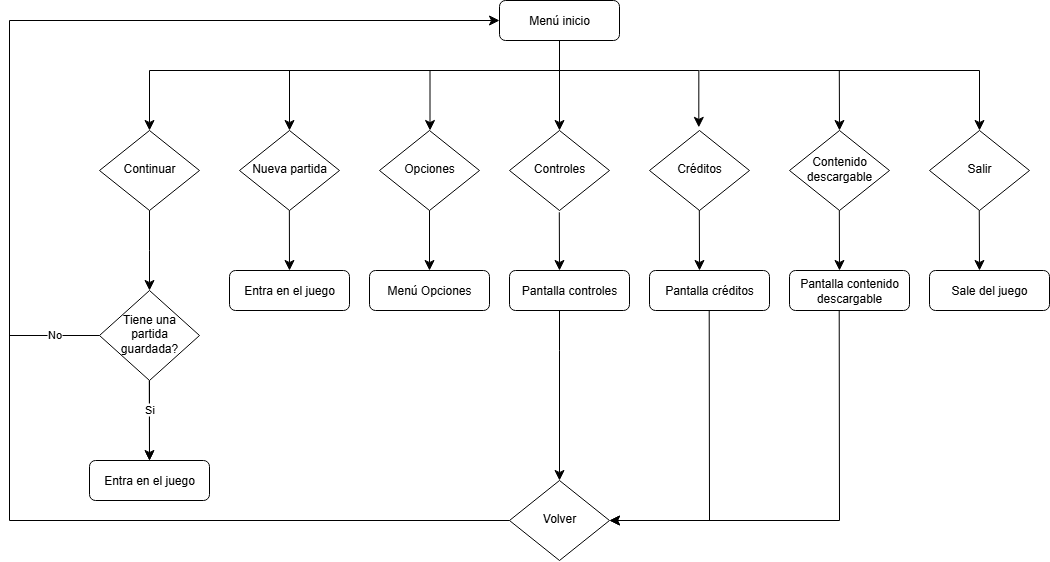
Earlier version of the draw.io export Imagenes_README/DiagramaflujoMenuPrincipal.drawio.png (TheBigBoneTeam/Proyecto_Coyote). Source tidied: cells renumbered, new cells last; positions are measured from the earlier drawing's top-left corner, leaving out a move shared by most shapes.
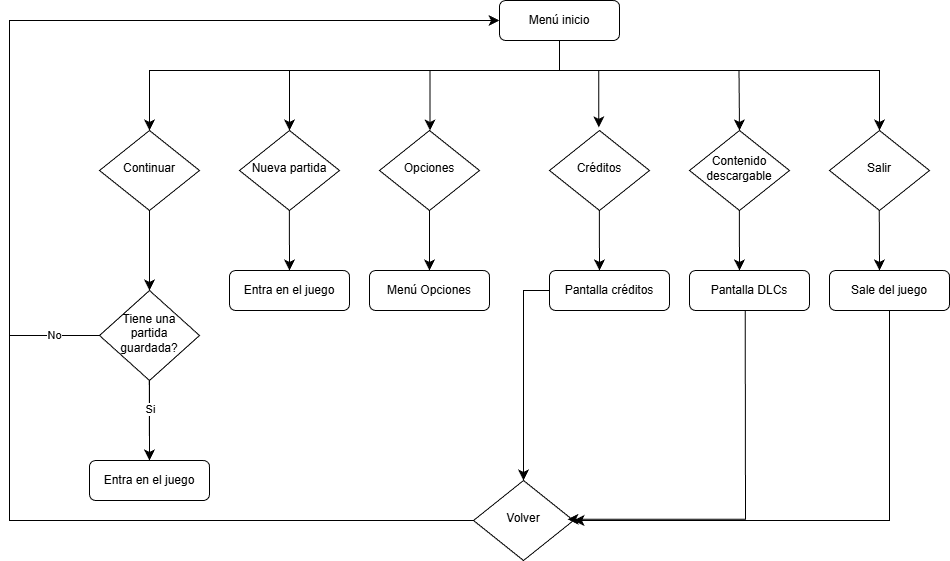
Later version of the same file.

The edit, as a diff of the source:
```diff
@@ -8,9 +8,6 @@
     <mxCell id="3" value="Entra en el juego" style="rounded=1;whiteSpace=wrap;html=1;fontSize=12;glass=0;strokeWidth=1;shadow=0;" parent="1" vertex="1">
       <mxGeometry x="80" y="460" width="120" height="40" as="geometry" />
     </mxCell>
-    <mxCell id="4" value="Controles" style="rhombus;whiteSpace=wrap;html=1;shadow=0;fontFamily=Helvetica;fontSize=12;align=center;strokeWidth=1;spacing=6;spacingTop=-4;" parent="1" vertex="1">
-      <mxGeometry x="500" y="130" width="100" height="80" as="geometry" />
-    </mxCell>
     <mxCell id="5" value="Menú Opciones" style="rounded=1;whiteSpace=wrap;html=1;fontSize=12;glass=0;strokeWidth=1;shadow=0;" parent="1" vertex="1">
       <mxGeometry x="360" y="270" width="120" height="40" as="geometry" />
     </mxCell>
@@ -24,28 +21,9 @@
         </Array>
       </mxGeometry>
     </mxCell>
-    <mxCell id="7" style="edgeStyle=segmentEdgeStyle;endArrow=classic;html=1;curved=0;rounded=0;endSize=8;startSize=8;entryX=0.5;entryY=0;entryDx=0;entryDy=0;exitX=0.5;exitY=1;exitDx=0;exitDy=0;" parent="1" edge="1" source="8" target="4">
-      <mxGeometry relative="1" as="geometry">
-        <Array as="points">
-          <mxPoint x="550" y="50" />
-          <mxPoint x="550" y="50" />
-        </Array>
-      </mxGeometry>
-    </mxCell>
     <mxCell id="8" value="Menú inicio" style="rounded=1;whiteSpace=wrap;html=1;fontSize=12;glass=0;strokeWidth=1;shadow=0;" parent="1" vertex="1">
       <mxGeometry x="490" width="120" height="40" as="geometry" />
     </mxCell>
-    <mxCell id="9" value="Pantalla controles" style="rounded=1;whiteSpace=wrap;html=1;fontSize=12;glass=0;strokeWidth=1;shadow=0;" parent="1" vertex="1">
-      <mxGeometry x="500" y="270" width="120" height="40" as="geometry" />
-    </mxCell>
-    <mxCell id="10" style="edgeStyle=elbowEdgeStyle;elbow=horizontal;endArrow=classic;html=1;curved=0;rounded=0;endSize=8;startSize=8;exitX=0.498;exitY=1.022;exitDx=0;exitDy=0;exitPerimeter=0;" parent="1" edge="1" source="4">
-      <mxGeometry relative="1" as="geometry">
-        <mxPoint x="550" y="270" as="targetPoint" />
-        <Array as="points">
-          <mxPoint x="550" y="240" />
-        </Array>
-      </mxGeometry>
-    </mxCell>
     <mxCell id="11" style="edgeStyle=elbowEdgeStyle;elbow=horizontal;endArrow=classic;html=1;curved=0;rounded=0;endSize=8;startSize=8;exitX=0.5;exitY=1;exitDx=0;exitDy=0;" parent="1" edge="1" source="2" target="37">
       <mxGeometry relative="1" as="geometry" />
     </mxCell>
@@ -68,64 +46,56 @@
       </mxGeometry>
     </mxCell>
     <mxCell id="15" value="Contenido descargable" style="rhombus;whiteSpace=wrap;html=1;shadow=0;fontFamily=Helvetica;fontSize=12;align=center;strokeWidth=1;spacing=6;spacingTop=-4;" parent="1" vertex="1">
-      <mxGeometry x="780" y="130" width="100" height="80" as="geometry" />
+      <mxGeometry x="680" y="130" width="100" height="80" as="geometry" />
     </mxCell>
     <mxCell id="16" value="Salir" style="rhombus;whiteSpace=wrap;html=1;shadow=0;fontFamily=Helvetica;fontSize=12;align=center;strokeWidth=1;spacing=6;spacingTop=-4;" parent="1" vertex="1">
-      <mxGeometry x="920" y="130" width="100" height="80" as="geometry" />
+      <mxGeometry x="820" y="130" width="100" height="80" as="geometry" />
     </mxCell>
     <mxCell id="17" value="Pantalla créditos" style="rounded=1;whiteSpace=wrap;html=1;fontSize=12;glass=0;strokeWidth=1;shadow=0;" parent="1" vertex="1">
-      <mxGeometry x="640" y="270" width="120" height="40" as="geometry" />
+      <mxGeometry x="540" y="270" width="120" height="40" as="geometry" />
     </mxCell>
-    <mxCell id="18" value="Pantalla contenido descargable" style="rounded=1;whiteSpace=wrap;html=1;fontSize=12;glass=0;strokeWidth=1;shadow=0;" parent="1" vertex="1">
-      <mxGeometry x="780" y="270" width="120" height="40" as="geometry" />
+    <mxCell id="18" value="Pantalla DLCs" style="rounded=1;whiteSpace=wrap;html=1;fontSize=12;glass=0;strokeWidth=1;shadow=0;" parent="1" vertex="1">
+      <mxGeometry x="680" y="270" width="120" height="40" as="geometry" />
     </mxCell>
     <mxCell id="19" style="edgeStyle=elbowEdgeStyle;elbow=horizontal;endArrow=classic;html=1;curved=0;rounded=0;endSize=8;startSize=8;entryX=0.5;entryY=0;entryDx=0;entryDy=0;exitX=0.498;exitY=1.022;exitDx=0;exitDy=0;exitPerimeter=0;" parent="1" edge="1">
       <mxGeometry relative="1" as="geometry">
-        <mxPoint x="689.8" y="200" as="sourcePoint" />
-        <mxPoint x="689.9" y="270" as="targetPoint" />
+        <mxPoint x="589.8" y="200" as="sourcePoint" />
+        <mxPoint x="589.9" y="270" as="targetPoint" />
       </mxGeometry>
     </mxCell>
     <mxCell id="20" style="edgeStyle=elbowEdgeStyle;elbow=horizontal;endArrow=classic;html=1;curved=0;rounded=0;endSize=8;startSize=8;exitX=0.498;exitY=1.022;exitDx=0;exitDy=0;exitPerimeter=0;" parent="1" edge="1">
       <mxGeometry relative="1" as="geometry">
-        <mxPoint x="829.8" y="70" as="sourcePoint" />
-        <mxPoint x="830" y="130" as="targetPoint" />
+        <mxPoint x="729.5" y="70" as="sourcePoint" />
+        <mxPoint x="729.7" y="130" as="targetPoint" />
       </mxGeometry>
     </mxCell>
     <mxCell id="21" style="edgeStyle=segmentEdgeStyle;endArrow=classic;html=1;curved=0;rounded=0;endSize=8;startSize=8;entryX=0.493;entryY=-0.039;entryDx=0;entryDy=0;entryPerimeter=0;" parent="1" edge="1" target="28">
       <mxGeometry relative="1" as="geometry">
         <mxPoint x="540" y="70" as="sourcePoint" />
         <Array as="points">
-          <mxPoint x="689" y="70" />
+          <mxPoint x="589" y="70" />
         </Array>
       </mxGeometry>
     </mxCell>
     <mxCell id="22" style="edgeStyle=segmentEdgeStyle;endArrow=classic;html=1;curved=0;rounded=0;endSize=8;startSize=8;entryX=0.5;entryY=0;entryDx=0;entryDy=0;" parent="1" edge="1" target="16">
       <mxGeometry relative="1" as="geometry">
-        <mxPoint x="690" y="70" as="sourcePoint" />
+        <mxPoint x="590" y="70" as="sourcePoint" />
         <Array as="points">
-          <mxPoint x="970" y="70" />
+          <mxPoint x="870" y="70" />
         </Array>
       </mxGeometry>
     </mxCell>
     <mxCell id="23" value="Volver" style="rhombus;whiteSpace=wrap;html=1;shadow=0;fontFamily=Helvetica;fontSize=12;align=center;strokeWidth=1;spacing=6;spacingTop=-4;" parent="1" vertex="1">
-      <mxGeometry x="500" y="480" width="100" height="80" as="geometry" />
+      <mxGeometry x="464" y="480" width="100" height="80" as="geometry" />
     </mxCell>
-    <mxCell id="24" style="edgeStyle=elbowEdgeStyle;elbow=horizontal;endArrow=classic;html=1;curved=0;rounded=0;endSize=8;startSize=8;exitX=0.498;exitY=1.022;exitDx=0;exitDy=0;exitPerimeter=0;" parent="1" edge="1" target="23">
+    <mxCell id="24" style="edgeStyle=elbowEdgeStyle;elbow=horizontal;endArrow=classic;html=1;curved=0;rounded=0;endSize=8;startSize=8;exitX=0.498;exitY=1.022;exitDx=0;exitDy=0;exitPerimeter=0;entryX=0.94;entryY=0.484;entryDx=0;entryDy=0;entryPerimeter=0;" parent="1" edge="1" target="23">
       <mxGeometry relative="1" as="geometry">
-        <mxPoint x="699.7" y="310" as="sourcePoint" />
+        <mxPoint x="735.7" y="310" as="sourcePoint" />
         <Array as="points">
-          <mxPoint x="700" y="360" />
+          <mxPoint x="736" y="360" />
         </Array>
       </mxGeometry>
     </mxCell>
-    <mxCell id="25" style="edgeStyle=segmentEdgeStyle;endArrow=classic;html=1;curved=0;rounded=0;endSize=8;startSize=8;exitX=0.5;exitY=1;exitDx=0;exitDy=0;entryX=0.5;entryY=0;entryDx=0;entryDy=0;" parent="1" edge="1" source="9" target="23">
-      <mxGeometry relative="1" as="geometry">
-        <Array as="points">
-          <mxPoint x="550" y="350" />
-          <mxPoint x="550" y="350" />
-        </Array>
-      </mxGeometry>
-    </mxCell>
     <mxCell id="26" style="edgeStyle=segmentEdgeStyle;endArrow=classic;html=1;curved=0;rounded=0;endSize=8;startSize=8;exitX=0;exitY=0.5;exitDx=0;exitDy=0;entryX=0;entryY=0.5;entryDx=0;entryDy=0;" parent="1" edge="1" source="23" target="8">
       <mxGeometry relative="1" as="geometry">
         <Array as="points">
@@ -138,7 +108,7 @@
       <mxGeometry x="230" y="130" width="100" height="80" as="geometry" />
     </mxCell>
     <mxCell id="28" value="Créditos" style="rhombus;whiteSpace=wrap;html=1;shadow=0;fontFamily=Helvetica;fontSize=12;align=center;strokeWidth=1;spacing=6;spacingTop=-4;" parent="1" vertex="1">
-      <mxGeometry x="640" y="130" width="100" height="80" as="geometry" />
+      <mxGeometry x="540" y="130" width="100" height="80" as="geometry" />
     </mxCell>
     <mxCell id="29" style="edgeStyle=elbowEdgeStyle;elbow=horizontal;endArrow=classic;html=1;curved=0;rounded=0;endSize=8;startSize=8;" parent="1" edge="1">
       <mxGeometry relative="1" as="geometry">
@@ -153,18 +123,18 @@
       <mxGeometry x="220" y="270" width="120" height="40" as="geometry" />
     </mxCell>
     <mxCell id="31" value="Sale del juego" style="rounded=1;whiteSpace=wrap;html=1;fontSize=12;glass=0;strokeWidth=1;shadow=0;" parent="1" vertex="1">
-      <mxGeometry x="920" y="270" width="120" height="40" as="geometry" />
+      <mxGeometry x="820" y="270" width="120" height="40" as="geometry" />
     </mxCell>
     <mxCell id="32" style="edgeStyle=elbowEdgeStyle;elbow=horizontal;endArrow=classic;html=1;curved=0;rounded=0;endSize=8;startSize=8;exitX=0.498;exitY=1.022;exitDx=0;exitDy=0;exitPerimeter=0;" parent="1" edge="1">
       <mxGeometry relative="1" as="geometry">
-        <mxPoint x="829.8" y="210" as="sourcePoint" />
-        <mxPoint x="830" y="270" as="targetPoint" />
+        <mxPoint x="729.8" y="210" as="sourcePoint" />
+        <mxPoint x="730" y="270" as="targetPoint" />
       </mxGeometry>
     </mxCell>
     <mxCell id="33" style="edgeStyle=elbowEdgeStyle;elbow=horizontal;endArrow=classic;html=1;curved=0;rounded=0;endSize=8;startSize=8;exitX=0.498;exitY=1.022;exitDx=0;exitDy=0;exitPerimeter=0;" parent="1" edge="1">
       <mxGeometry relative="1" as="geometry">
-        <mxPoint x="969.8" y="210" as="sourcePoint" />
-        <mxPoint x="970" y="270" as="targetPoint" />
+        <mxPoint x="869.8" y="210" as="sourcePoint" />
+        <mxPoint x="870" y="270" as="targetPoint" />
       </mxGeometry>
     </mxCell>
     <mxCell id="34" style="edgeStyle=elbowEdgeStyle;elbow=horizontal;endArrow=classic;html=1;curved=0;rounded=0;endSize=8;startSize=8;exitX=0.498;exitY=1.022;exitDx=0;exitDy=0;exitPerimeter=0;" parent="1" edge="1">
@@ -173,15 +143,6 @@
         <mxPoint x="280" y="270" as="targetPoint" />
       </mxGeometry>
     </mxCell>
-    <mxCell id="35" style="edgeStyle=elbowEdgeStyle;elbow=horizontal;endArrow=classic;html=1;curved=0;rounded=0;endSize=8;startSize=8;exitX=0.498;exitY=1.022;exitDx=0;exitDy=0;exitPerimeter=0;" parent="1" edge="1">
-      <mxGeometry relative="1" as="geometry">
-        <mxPoint x="829.7" y="310" as="sourcePoint" />
-        <mxPoint x="600" y="520" as="targetPoint" />
-        <Array as="points">
-          <mxPoint x="830" y="360" />
-        </Array>
-      </mxGeometry>
-    </mxCell>
     <mxCell id="36" style="edgeStyle=orthogonalEdgeStyle;rounded=0;jettySize=auto;html=1;" parent="1" edge="1" source="37" target="3">
       <mxGeometry relative="1" as="geometry" />
     </mxCell>
@@ -205,5 +166,19 @@
     <mxCell id="41" value="No" style="edgeLabel;html=1;align=center;verticalAlign=middle;" parent="40" vertex="1">
       <mxGeometry x="-0.02" y="1" relative="1" as="geometry" />
     </mxCell>
+    <mxCell id="42" style="edgeStyle=elbowEdgeStyle;elbow=horizontal;endArrow=classic;html=1;curved=0;rounded=0;endSize=8;startSize=8;entryX=1;entryY=0.5;entryDx=0;entryDy=0;exitX=0.5;exitY=1;exitDx=0;exitDy=0;" parent="1" edge="1" source="31" target="23">
+      <mxGeometry relative="1" as="geometry">
+        <Array as="points">
+          <mxPoint x="880" y="440" />
+        </Array>
+      </mxGeometry>
+    </mxCell>
+    <mxCell id="43" style="edgeStyle=elbowEdgeStyle;elbow=horizontal;endArrow=classic;html=1;curved=0;rounded=0;endSize=8;startSize=8;entryX=0.5;entryY=0;entryDx=0;entryDy=0;exitX=0;exitY=0.5;exitDx=0;exitDy=0;" parent="1" edge="1" source="17" target="23">
+      <mxGeometry relative="1" as="geometry">
+        <Array as="points">
+          <mxPoint x="514" y="290" />
+        </Array>
+      </mxGeometry>
+    </mxCell>
   </root>
 </mxGraphModel>
```
